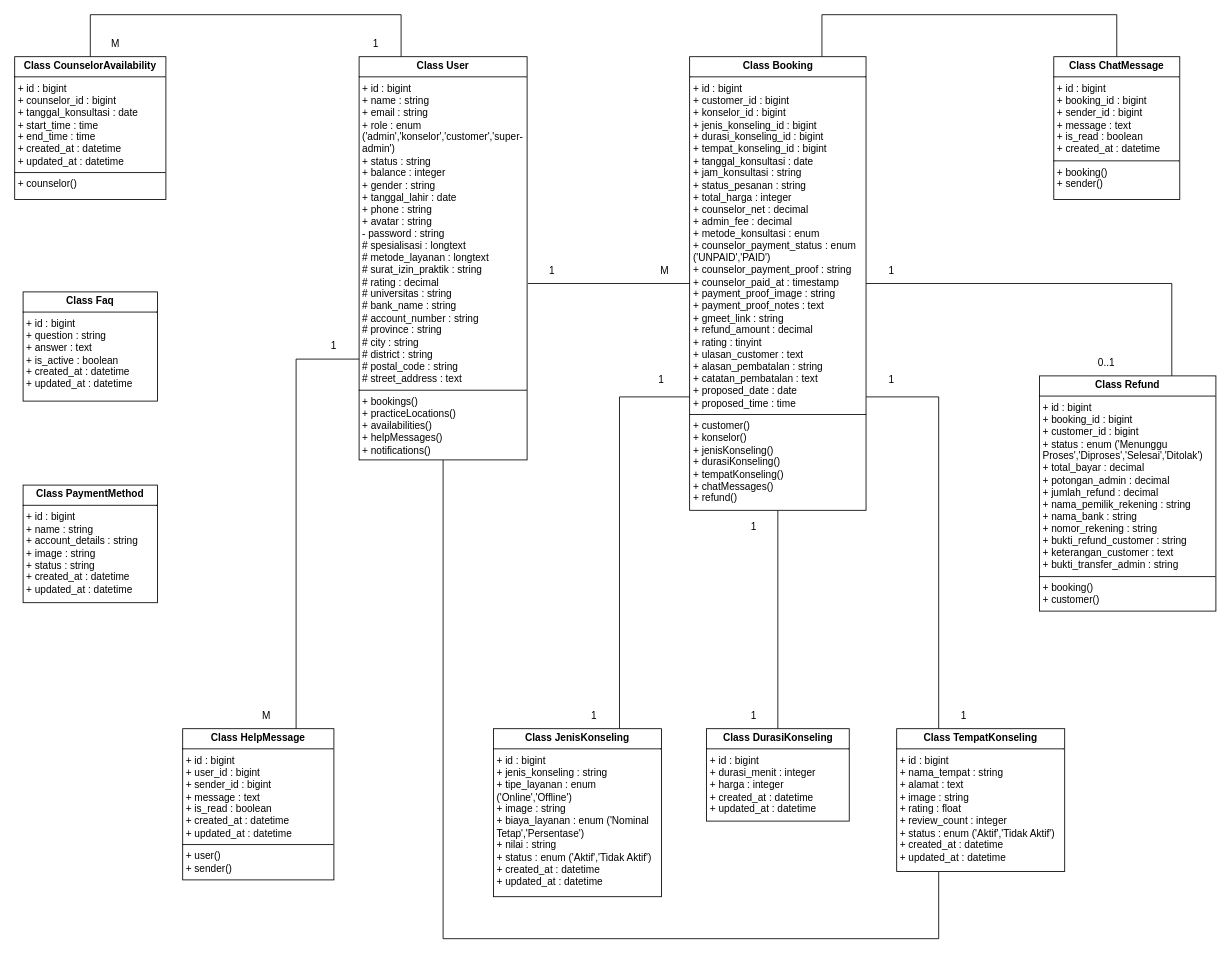
This is Class Diagram.drawio from UlulAzmiALatala/moodly-app, a draw.io file, before an edit. Source tidied: cells renumbered, new cells numbered last; positions are measured from the earlier drawing's top-left corner, leaving out a move shared by most shapes. Both pictures are drawn from the tidied source at 84%, with x=0, y=0 at pixel (14, 14).
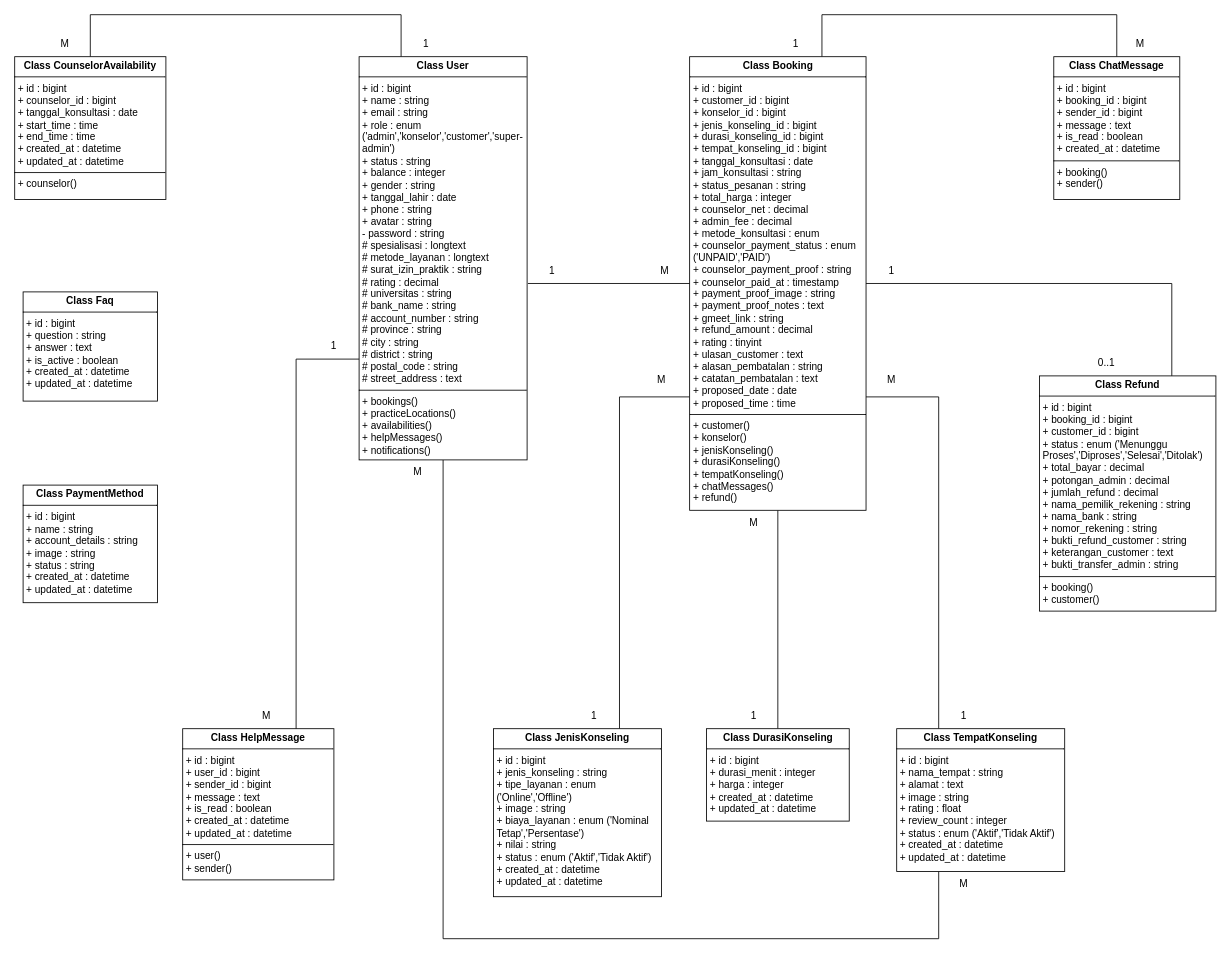
The same page after the edit.

What changed in the source:
```diff
@@
-    <mxCell id="21" value="1" style="text;html=1;whiteSpace=wrap;strokeColor=none;fillColor=none;align=center;verticalAlign=middle;rounded=0;" parent="1" vertex="1">
+    <mxCell id="21" value="M" style="text;html=1;whiteSpace=wrap;strokeColor=none;fillColor=none;align=center;verticalAlign=middle;rounded=0;" parent="1" vertex="1">
       <mxGeometry x="740" y="420" width="60" height="30" as="geometry" />
     </mxCell>
@@
-    <mxCell id="23" value="1" style="text;html=1;whiteSpace=wrap;strokeColor=none;fillColor=none;align=center;verticalAlign=middle;rounded=0;" parent="1" vertex="1">
-      <mxGeometry x="850" y="595" width="60" height="30" as="geometry" />
+    <mxCell id="23" value="M" style="text;html=1;whiteSpace=wrap;strokeColor=none;fillColor=none;align=center;verticalAlign=middle;rounded=0;" parent="1" vertex="1">
+      <mxGeometry x="850" y="590" width="60" height="30" as="geometry" />
     </mxCell>
@@
-    <mxCell id="25" value="1" style="text;html=1;whiteSpace=wrap;strokeColor=none;fillColor=none;align=center;verticalAlign=middle;rounded=0;" parent="1" vertex="1">
+    <mxCell id="25" value="M" style="text;html=1;whiteSpace=wrap;strokeColor=none;fillColor=none;align=center;verticalAlign=middle;rounded=0;" parent="1" vertex="1">
       <mxGeometry x="1013.5" y="420" width="60" height="30" as="geometry" />
     </mxCell>
@@
     <mxCell id="29" value="1" style="text;html=1;whiteSpace=wrap;strokeColor=none;fillColor=none;align=center;verticalAlign=middle;rounded=0;" parent="1" vertex="1">
-      <mxGeometry x="400" y="20" width="60" height="30" as="geometry" />
+      <mxGeometry x="460" y="20" width="60" height="30" as="geometry" />
     </mxCell>
     <mxCell id="30" value="M" style="text;html=1;whiteSpace=wrap;strokeColor=none;fillColor=none;align=center;verticalAlign=middle;rounded=0;" parent="1" vertex="1">
-      <mxGeometry x="90" y="20" width="60" height="30" as="geometry" />
+      <mxGeometry x="30" y="20" width="60" height="30" as="geometry" />
     </mxCell>
@@
+    <mxCell id="36" value="1" style="text;html=1;whiteSpace=wrap;strokeColor=none;fillColor=none;align=center;verticalAlign=middle;rounded=0;" parent="1" vertex="1">
+      <mxGeometry x="900" y="20" width="60" height="30" as="geometry" />
+    </mxCell>
+    <mxCell id="37" value="M" style="text;html=1;whiteSpace=wrap;strokeColor=none;fillColor=none;align=center;verticalAlign=middle;rounded=0;" parent="1" vertex="1">
+      <mxGeometry x="1310" y="20" width="60" height="30" as="geometry" />
+    </mxCell>
+    <mxCell id="38" value="M" style="text;html=1;whiteSpace=wrap;strokeColor=none;fillColor=none;align=center;verticalAlign=middle;rounded=0;" parent="1" vertex="1">
+      <mxGeometry x="450" y="530" width="60" height="30" as="geometry" />
+    </mxCell>
+    <mxCell id="39" value="M" style="text;html=1;whiteSpace=wrap;strokeColor=none;fillColor=none;align=center;verticalAlign=middle;rounded=0;" parent="1" vertex="1">
+      <mxGeometry x="1100" y="1020" width="60" height="30" as="geometry" />
+    </mxCell>
```
